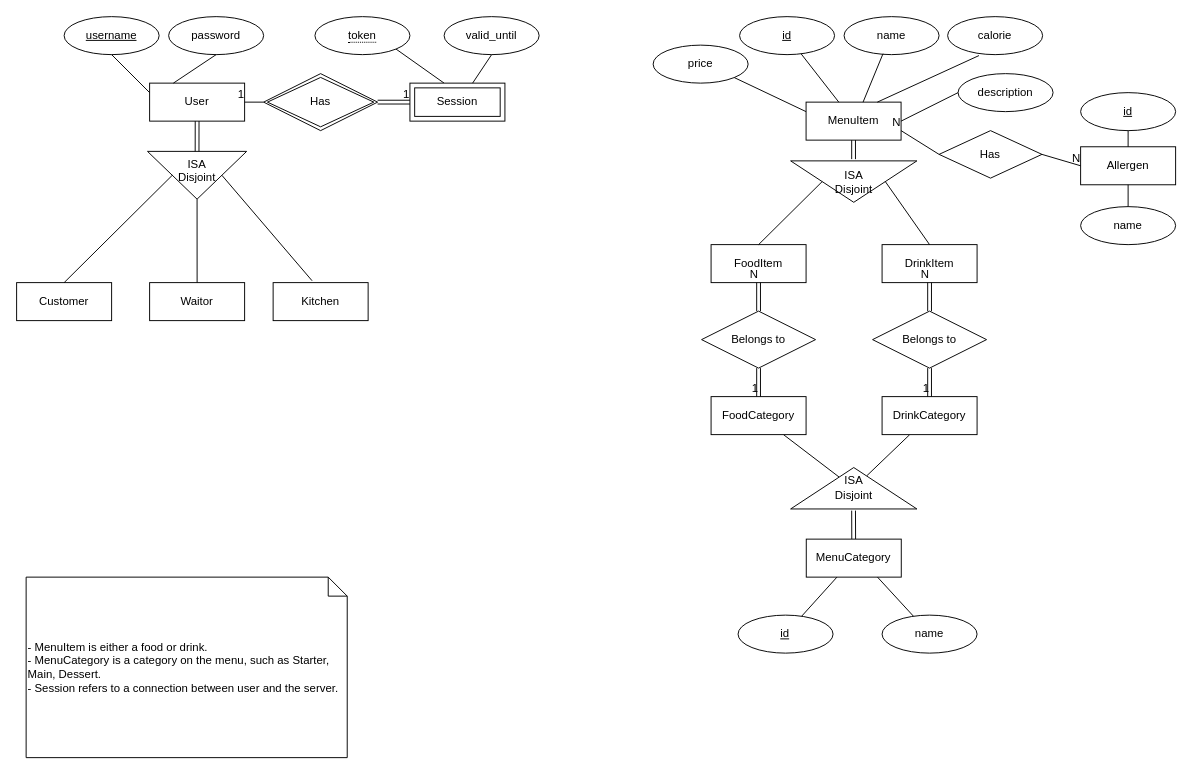
The draw.io diagram doc/backend/database-design/ER-diagram.drawio in Spencer-Georgiou/Uni-Y2-Team, before the edit. Source tidied: cells renumbered, new cells numbered last; positions are measured from the earlier drawing's top-left corner, leaving out a move shared by most shapes. Both pictures are drawn from the tidied source at 95%, with x=0, y=0 at pixel (16, 16).
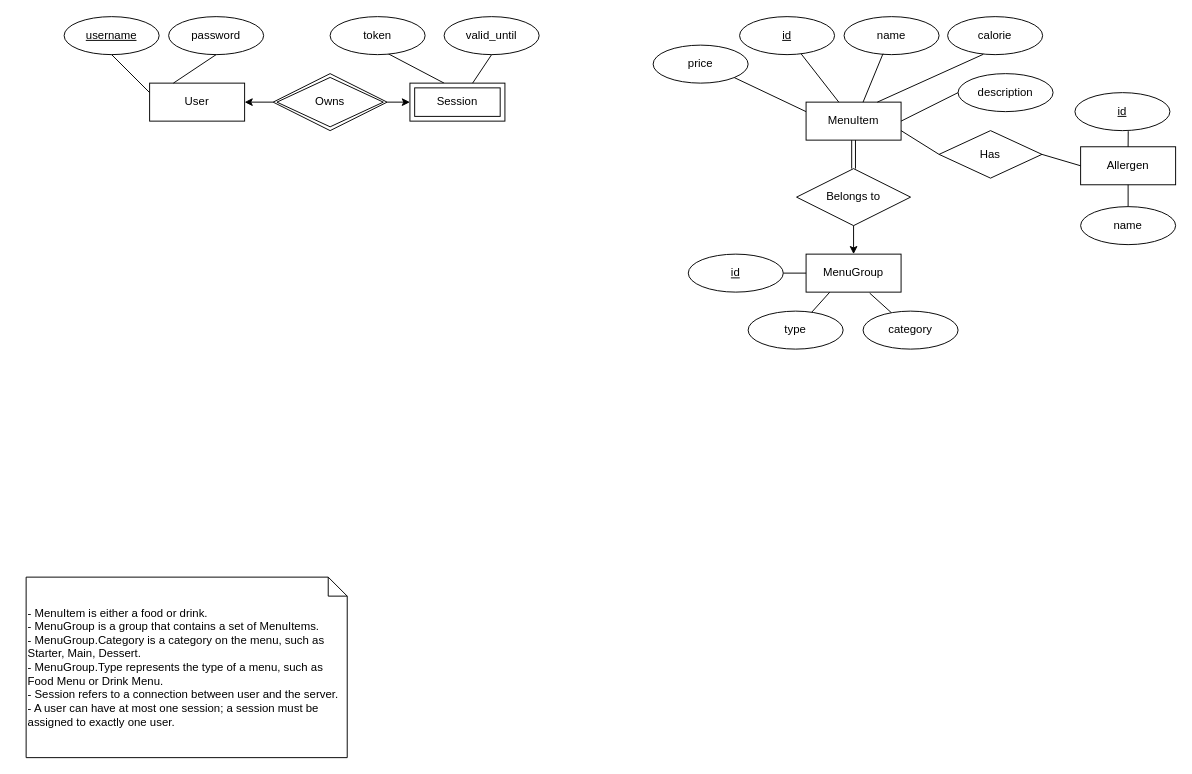
The same page after the edit.

Commit message (it also covers changes not shown here):
Draw relation shcemas based on the ER diagram. Create a database model for User entity.

Unchanged cells that the change refers to:
```xml
<mxCell id="2" value="User" style="whiteSpace=wrap;html=1;align=center;" parent="1" vertex="1">
  <mxGeometry x="140" y="70" width="100" height="40" as="geometry" />
</mxCell>
<mxCell id="16" value="Session" style="shape=ext;margin=3;double=1;whiteSpace=wrap;html=1;align=center;" parent="1" vertex="1">
  <mxGeometry x="414" y="70" width="100" height="40" as="geometry" />
</mxCell>
<mxCell id="25" value="calorie" style="ellipse;whiteSpace=wrap;html=1;align=center;" parent="1" vertex="1">
  <mxGeometry x="980" width="100" height="40" as="geometry" />
</mxCell>
<mxCell id="37" value="Allergen" style="whiteSpace=wrap;html=1;align=center;" parent="1" vertex="1">
  <mxGeometry x="1120" y="137" width="100" height="40" as="geometry" />
</mxCell>
<mxCell id="58" style="endArrow=none;html=1;rounded=0;entryX=1;entryY=0.75;entryDx=0;entryDy=0;exitX=0;exitY=0.5;exitDx=0;exitDy=0;" parent="1" edge="1" source="40" target="19">
  <mxGeometry relative="1" as="geometry" />
</mxCell>
<mxCell id="60" style="endArrow=none;html=1;rounded=0;entryX=0;entryY=0.5;entryDx=0;entryDy=0;exitX=1;exitY=0.5;exitDx=0;exitDy=0;" parent="1" edge="1" source="40" target="37">
  <mxGeometry relative="1" as="geometry" />
</mxCell>
```

The edit, as a diff of the source:
```diff
@@
-    <mxCell id="3" value="Customer" style="whiteSpace=wrap;html=1;align=center;" parent="1" vertex="1">
-      <mxGeometry y="280" width="100" height="40" as="geometry" />
-    </mxCell>
-    <mxCell id="4" value="Waitor" style="whiteSpace=wrap;html=1;align=center;" parent="1" vertex="1">
-      <mxGeometry x="140" y="280" width="100" height="40" as="geometry" />
-    </mxCell>
-    <mxCell id="5" value="Kitchen" style="whiteSpace=wrap;html=1;align=center;" parent="1" vertex="1">
-      <mxGeometry x="270" y="280" width="100" height="40" as="geometry" />
-    </mxCell>
-    <mxCell id="6" value="ISA&lt;br&gt;Disjoint" style="triangle;whiteSpace=wrap;html=1;rotation=90;align=center;verticalAlign=top;horizontal=0;" parent="1" vertex="1">
-      <mxGeometry x="164.8" y="114.8" width="50.3" height="104.4" as="geometry" />
-    </mxCell>
-    <mxCell id="7" style="endArrow=none;html=1;rounded=0;strokeColor=default;exitX=0.5;exitY=1;exitDx=0;exitDy=0;entryX=0;entryY=0.5;entryDx=0;entryDy=0;shape=link;" parent="1" edge="1" source="2" target="6">
-      <mxGeometry relative="1" as="geometry" />
-    </mxCell>
-    <mxCell id="8" style="endArrow=none;html=1;rounded=0;strokeColor=default;entryX=0.5;entryY=1;entryDx=0;entryDy=0;exitX=0.5;exitY=0;exitDx=0;exitDy=0;" parent="1" edge="1" source="3" target="6">
-      <mxGeometry relative="1" as="geometry" />
-    </mxCell>
-    <mxCell id="9" style="endArrow=none;html=1;rounded=0;strokeColor=default;exitX=1;exitY=0.5;exitDx=0;exitDy=0;" parent="1" edge="1" source="6" target="4">
-      <mxGeometry relative="1" as="geometry" />
-    </mxCell>
-    <mxCell id="10" style="endArrow=none;html=1;rounded=0;strokeColor=default;entryX=0.41;entryY=-0.05;entryDx=0;entryDy=0;entryPerimeter=0;exitX=0.5;exitY=0;exitDx=0;exitDy=0;" parent="1" edge="1" source="6" target="5">
-      <mxGeometry relative="1" as="geometry" />
-    </mxCell>
@@
-    <mxCell id="15" style="endArrow=none;html=1;rounded=0;strokeColor=default;entryX=0.5;entryY=0;entryDx=0;entryDy=0;exitX=1;exitY=1;exitDx=0;exitDy=0;" parent="1" edge="1" source="73">
+    <mxCell id="15" style="endArrow=none;html=1;rounded=0;strokeColor=default;entryX=0.5;entryY=0;entryDx=0;entryDy=0;exitX=0.61;exitY=0.975;exitDx=0;exitDy=0;exitPerimeter=0;" parent="1" edge="1" source="73">
       <mxGeometry relative="1" as="geometry">
         <mxPoint x="450" y="70" as="targetPoint" />
       </mxGeometry>
     </mxCell>
@@
-    <mxCell id="19" value="&lt;div style=&quot;text-align: start;&quot;&gt;MenuItem&lt;/div&gt;" style="whiteSpace=wrap;html=1;align=center;" parent="1" vertex="1">
+    <mxCell id="19" value="&lt;div style=&quot;text-align: start;&quot;&gt;MenuItem&lt;/div&gt;" style="whiteSpace=wrap;html=1;align=center;rounded=0;shadow=0;sketch=0;strokeColor=default;" parent="1" vertex="1">
       <mxGeometry x="831" y="90" width="100" height="40" as="geometry" />
     </mxCell>
@@
-    <mxCell id="27" style="endArrow=none;html=1;rounded=0;strokeColor=default;exitX=0.75;exitY=0;exitDx=0;exitDy=0;entryX=0.33;entryY=1.025;entryDx=0;entryDy=0;entryPerimeter=0;" parent="1" edge="1" source="19" target="25">
+    <mxCell id="27" style="endArrow=none;html=1;rounded=0;strokeColor=default;exitX=0.75;exitY=0;exitDx=0;exitDy=0;entryX=0.375;entryY=0.992;entryDx=0;entryDy=0;entryPerimeter=0;" parent="1" edge="1" source="19" target="25">
       <mxGeometry relative="1" as="geometry" />
     </mxCell>
-    <mxCell id="28" value="FoodItem" style="whiteSpace=wrap;html=1;align=center;" parent="1" vertex="1">
-      <mxGeometry x="731" y="240" width="100" height="40" as="geometry" />
-    </mxCell>
-    <mxCell id="29" value="ISA&lt;br&gt;Disjoint" style="triangle;whiteSpace=wrap;html=1;rotation=90;align=center;horizontal=0;" parent="1" vertex="1">
-      <mxGeometry x="859.4" y="107.2" width="43.6" height="132.9" as="geometry" />
-    </mxCell>
-    <mxCell id="30" style="endArrow=none;html=1;rounded=0;strokeColor=default;shape=link;" parent="1" edge="1" source="19">
-      <mxGeometry relative="1" as="geometry">
-        <mxPoint x="881" y="150" as="targetPoint" />
-      </mxGeometry>
-    </mxCell>
-    <mxCell id="31" value="DrinkItem" style="whiteSpace=wrap;html=1;align=center;" parent="1" vertex="1">
-      <mxGeometry x="911" y="240" width="100" height="40" as="geometry" />
-    </mxCell>
@@
-    <mxCell id="34" style="endArrow=none;html=1;rounded=0;strokeColor=default;entryX=0.5;entryY=1;entryDx=0;entryDy=0;exitX=0.5;exitY=0;exitDx=0;exitDy=0;" parent="1" edge="1" source="28" target="29">
-      <mxGeometry relative="1" as="geometry" />
-    </mxCell>
-    <mxCell id="35" style="endArrow=none;html=1;rounded=0;strokeColor=default;entryX=0.5;entryY=0;entryDx=0;entryDy=0;exitX=0.5;exitY=0;exitDx=0;exitDy=0;" parent="1" edge="1" source="29" target="31">
-      <mxGeometry relative="1" as="geometry" />
-    </mxCell>
+    <mxCell id="56" style="edgeStyle=none;html=1;endArrow=classic;endFill=1;startArrow=none;startFill=0;" parent="1" edge="1" source="36" target="2">
+      <mxGeometry relative="1" as="geometry" />
+    </mxCell>
-    <mxCell id="36" value="Has" style="shape=rhombus;double=1;perimeter=rhombusPerimeter;whiteSpace=wrap;html=1;align=center;" parent="1" vertex="1">
-      <mxGeometry x="260" y="60" width="120" height="60" as="geometry" />
+    <mxCell id="36" value="Owns" style="shape=rhombus;double=1;perimeter=rhombusPerimeter;whiteSpace=wrap;html=1;align=center;" parent="1" vertex="1">
+      <mxGeometry x="270" y="60" width="120" height="60" as="geometry" />
     </mxCell>
@@
-    <mxCell id="38" style="edgeStyle=none;rounded=1;html=1;exitX=0.5;exitY=1;exitDx=0;exitDy=0;strokeColor=default;endArrow=none;endFill=0;entryX=0.5;entryY=0;entryDx=0;entryDy=0;" parent="1" edge="1" source="39" target="37">
-      <mxGeometry relative="1" as="geometry" />
-    </mxCell>
-    <mxCell id="39" value="id" style="ellipse;whiteSpace=wrap;html=1;align=center;fontStyle=4;" parent="1" vertex="1">
-      <mxGeometry x="1120" y="80" width="100" height="40" as="geometry" />
-    </mxCell>
@@
-    <mxCell id="41" style="edgeStyle=none;rounded=1;html=1;strokeColor=default;endArrow=none;endFill=0;" parent="1" edge="1" source="42" target="47">
-      <mxGeometry relative="1" as="geometry" />
-    </mxCell>
-    <mxCell id="42" value="FoodCategory" style="whiteSpace=wrap;html=1;align=center;" parent="1" vertex="1">
-      <mxGeometry x="731" y="400" width="100" height="40" as="geometry" />
-    </mxCell>
     <mxCell id="43" value="Belongs to" style="shape=rhombus;perimeter=rhombusPerimeter;whiteSpace=wrap;html=1;align=center;" parent="1" vertex="1">
-      <mxGeometry x="721" y="310" width="120" height="60" as="geometry" />
+      <mxGeometry x="821" y="160" width="120" height="60" as="geometry" />
     </mxCell>
-    <mxCell id="44" value="Belongs to" style="shape=rhombus;perimeter=rhombusPerimeter;whiteSpace=wrap;html=1;align=center;" parent="1" vertex="1">
-      <mxGeometry x="901" y="310" width="120" height="60" as="geometry" />
-    </mxCell>
-    <mxCell id="45" style="edgeStyle=none;rounded=1;html=1;strokeColor=default;endArrow=none;endFill=0;" parent="1" edge="1" source="46" target="47">
-      <mxGeometry relative="1" as="geometry" />
-    </mxCell>
-    <mxCell id="46" value="DrinkCategory" style="whiteSpace=wrap;html=1;align=center;" parent="1" vertex="1">
-      <mxGeometry x="911" y="400" width="100" height="40" as="geometry" />
-    </mxCell>
-    <mxCell id="47" value="ISA&lt;br&gt;Disjoint" style="triangle;whiteSpace=wrap;html=1;rotation=90;align=center;horizontal=0;direction=west;" parent="1" vertex="1">
-      <mxGeometry x="859.4" y="430" width="43.6" height="132.9" as="geometry" />
-    </mxCell>
-    <mxCell id="48" style="edgeStyle=none;rounded=1;html=1;strokeColor=default;endArrow=none;endFill=0;shape=link;" parent="1" edge="1" source="49">
-      <mxGeometry relative="1" as="geometry">
-        <mxPoint x="881" y="520" as="targetPoint" />
-      </mxGeometry>
-    </mxCell>
-    <mxCell id="49" value="MenuCategory" style="whiteSpace=wrap;html=1;align=center;" parent="1" vertex="1">
-      <mxGeometry x="831.2" y="550" width="100" height="40" as="geometry" />
-    </mxCell>
-    <mxCell id="50" style="edgeStyle=none;rounded=1;html=1;entryX=0.323;entryY=1;entryDx=0;entryDy=0;entryPerimeter=0;strokeColor=default;endArrow=none;endFill=0;" parent="1" edge="1" source="51" target="49">
+    <mxCell id="50" style="edgeStyle=none;rounded=1;html=1;entryX=0.25;entryY=1;entryDx=0;entryDy=0;strokeColor=default;endArrow=none;endFill=0;" parent="1" edge="1" source="51" target="74">
       <mxGeometry relative="1" as="geometry" />
     </mxCell>
-    <mxCell id="51" value="id" style="ellipse;whiteSpace=wrap;html=1;align=center;fontStyle=4;" parent="1" vertex="1">
-      <mxGeometry x="759.4" y="630" width="100" height="40" as="geometry" />
+    <mxCell id="51" value="type" style="ellipse;whiteSpace=wrap;html=1;align=center;" parent="1" vertex="1">
+      <mxGeometry x="770" y="310" width="100" height="40" as="geometry" />
     </mxCell>
-    <mxCell id="52" style="edgeStyle=none;rounded=1;html=1;entryX=0.75;entryY=1;entryDx=0;entryDy=0;strokeColor=default;endArrow=none;endFill=0;" parent="1" edge="1" source="53" target="49">
+    <mxCell id="52" style="edgeStyle=none;rounded=1;html=1;entryX=0.669;entryY=1.025;entryDx=0;entryDy=0;strokeColor=default;endArrow=none;endFill=0;entryPerimeter=0;" parent="1" edge="1" source="53" target="74">
       <mxGeometry relative="1" as="geometry" />
     </mxCell>
-    <mxCell id="53" value="name" style="ellipse;whiteSpace=wrap;html=1;align=center;" parent="1" vertex="1">
-      <mxGeometry x="911" y="630" width="100" height="40" as="geometry" />
+    <mxCell id="53" value="&lt;span&gt;category&lt;/span&gt;" style="ellipse;whiteSpace=wrap;html=1;align=center;fontStyle=0;" parent="1" vertex="1">
+      <mxGeometry x="891" y="310" width="100" height="40" as="geometry" />
     </mxCell>
-    <mxCell id="54" style="endArrow=none;html=1;rounded=0;entryX=0;entryY=0.5;entryDx=0;entryDy=0;exitX=1;exitY=0.5;exitDx=0;exitDy=0;shape=link;" parent="1" edge="1" source="36" target="16">
-      <mxGeometry relative="1" as="geometry" />
+    <mxCell id="54" style="endArrow=classic;html=1;rounded=0;exitX=1;exitY=0.5;exitDx=0;exitDy=0;endFill=1;" parent="1" edge="1" source="36">
+      <mxGeometry relative="1" as="geometry">
+        <mxPoint x="414" y="90" as="targetPoint" />
+      </mxGeometry>
     </mxCell>
-    <mxCell id="55" value="1" style="html=1;align=right;verticalAlign=bottom;" parent="54" vertex="1">
-      <mxGeometry x="1" relative="1" as="geometry" />
-    </mxCell>
-    <mxCell id="56" style="endArrow=none;html=1;rounded=0;entryX=1;entryY=0.5;entryDx=0;entryDy=0;exitX=0;exitY=0.5;exitDx=0;exitDy=0;" parent="1" edge="1" source="36" target="2">
-      <mxGeometry relative="1" as="geometry" />
-    </mxCell>
-    <mxCell id="57" value="1" style="html=1;align=right;verticalAlign=bottom;" parent="56" vertex="1">
-      <mxGeometry x="1" relative="1" as="geometry" />
-    </mxCell>
@@
-    <mxCell id="59" value="N" style="html=1;align=right;verticalAlign=bottom;" parent="58" vertex="1">
-      <mxGeometry x="1" relative="1" as="geometry" />
-    </mxCell>
@@
-    <mxCell id="61" value="N" style="html=1;align=right;verticalAlign=bottom;" parent="60" vertex="1">
-      <mxGeometry x="1" relative="1" as="geometry" />
-    </mxCell>
-    <mxCell id="62" style="endArrow=none;html=1;rounded=0;entryX=0.5;entryY=0;entryDx=0;entryDy=0;exitX=0.5;exitY=1;exitDx=0;exitDy=0;shape=link;" parent="1" edge="1" source="43" target="42">
+    <mxCell id="62" style="endArrow=classic;html=1;rounded=0;exitX=0.5;exitY=1;exitDx=0;exitDy=0;entryX=0.5;entryY=0;entryDx=0;entryDy=0;endFill=1;" parent="1" edge="1" source="43" target="74">
       <mxGeometry relative="1" as="geometry" />
     </mxCell>
-    <mxCell id="63" value="1" style="html=1;align=right;verticalAlign=bottom;" parent="62" vertex="1">
-      <mxGeometry x="1" relative="1" as="geometry" />
-    </mxCell>
-    <mxCell id="64" style="endArrow=none;html=1;rounded=0;entryX=0.5;entryY=1;entryDx=0;entryDy=0;exitX=0.5;exitY=0;exitDx=0;exitDy=0;shape=link;" parent="1" edge="1" source="43" target="28">
-      <mxGeometry relative="1" as="geometry" />
+    <mxCell id="64" style="endArrow=none;html=1;rounded=0;entryX=0.5;entryY=1;entryDx=0;entryDy=0;exitX=0.5;exitY=0;exitDx=0;exitDy=0;shape=link;" parent="1" edge="1" source="43">
+      <mxGeometry relative="1" as="geometry">
+        <mxPoint x="881" y="130" as="targetPoint" />
+      </mxGeometry>
     </mxCell>
-    <mxCell id="65" value="N" style="html=1;align=right;verticalAlign=bottom;" parent="64" vertex="1">
-      <mxGeometry x="1" relative="1" as="geometry" />
-    </mxCell>
-    <mxCell id="66" style="endArrow=none;html=1;rounded=0;entryX=0.5;entryY=1;entryDx=0;entryDy=0;exitX=0.5;exitY=0;exitDx=0;exitDy=0;shape=link;" parent="1" edge="1" source="44" target="31">
-      <mxGeometry relative="1" as="geometry" />
-    </mxCell>
-    <mxCell id="67" value="N" style="html=1;align=right;verticalAlign=bottom;" parent="66" vertex="1">
-      <mxGeometry x="1" relative="1" as="geometry" />
-    </mxCell>
-    <mxCell id="68" style="endArrow=none;html=1;rounded=0;entryX=0.5;entryY=0;entryDx=0;entryDy=0;exitX=0.5;exitY=1;exitDx=0;exitDy=0;shape=link;" parent="1" edge="1" source="44" target="46">
-      <mxGeometry relative="1" as="geometry" />
-    </mxCell>
-    <mxCell id="69" value="1" style="html=1;align=right;verticalAlign=bottom;" parent="68" vertex="1">
-      <mxGeometry x="1" relative="1" as="geometry" />
-    </mxCell>
-    <mxCell id="70" value="name" style="ellipse;whiteSpace=wrap;html=1;align=center;" parent="1" vertex="1">
-      <mxGeometry x="1120" y="200" width="100" height="40" as="geometry" />
+    <mxCell id="70" value="id" style="ellipse;whiteSpace=wrap;html=1;align=center;fontStyle=4;" parent="1" vertex="1">
+      <mxGeometry x="1114" y="80" width="100" height="40" as="geometry" />
     </mxCell>
-    <mxCell id="71" style="endArrow=none;html=1;rounded=0;exitX=0.5;exitY=0;exitDx=0;exitDy=0;entryX=0.5;entryY=1;entryDx=0;entryDy=0;" parent="1" edge="1" source="70" target="37">
+    <mxCell id="71" style="endArrow=none;html=1;rounded=0;entryX=0.5;entryY=0;entryDx=0;entryDy=0;exitX=0.561;exitY=1.014;exitDx=0;exitDy=0;exitPerimeter=0;" parent="1" edge="1" source="70" target="37">
       <mxGeometry relative="1" as="geometry" />
     </mxCell>
-    <mxCell id="72" value="- MenuItem is either a food or drink.&lt;br&gt;- MenuCategory is a category on the menu, such as Starter, Main, Dessert.&lt;br&gt;- Session refers to a connection between user and the server." style="shape=note;size=20;whiteSpace=wrap;html=1;align=left;" parent="1" vertex="1">
+    <mxCell id="72" value="- MenuItem is either a food or drink.&lt;br&gt;- MenuGroup is a group that contains a set of MenuItems.&lt;br&gt;- MenuGroup.Category is a category on the menu, such as Starter, Main, Dessert.&lt;br&gt;- MenuGroup.Type represents the type of a menu, such as Food Menu or Drink Menu.&lt;br&gt;- Session refers to a connection between user and the server.&lt;br&gt;- A user can have at most one session; a session must be assigned to exactly one user." style="shape=note;size=20;whiteSpace=wrap;html=1;align=left;" parent="1" vertex="1">
       <mxGeometry x="10" y="590" width="338" height="190" as="geometry" />
     </mxCell>
+    <mxCell id="74" value="MenuGroup" style="whiteSpace=wrap;html=1;align=center;rounded=0;shadow=0;sketch=0;strokeColor=default;" parent="1" vertex="1">
+      <mxGeometry x="831" y="250" width="100" height="40" as="geometry" />
+    </mxCell>
+    <mxCell id="75" style="edgeStyle=none;html=1;endArrow=none;endFill=0;" parent="1" edge="1" source="39" target="74">
+      <mxGeometry relative="1" as="geometry" />
+    </mxCell>
+    <mxCell id="39" value="id" style="ellipse;whiteSpace=wrap;html=1;align=center;fontStyle=4;" parent="1" vertex="1">
+      <mxGeometry x="707" y="250" width="100" height="40" as="geometry" />
+    </mxCell>
+    <mxCell id="76" style="edgeStyle=none;html=1;endArrow=none;endFill=0;" parent="1" edge="1" source="77" target="37">
+      <mxGeometry relative="1" as="geometry" />
+    </mxCell>
+    <mxCell id="77" value="name" style="ellipse;whiteSpace=wrap;html=1;align=center;" parent="1" vertex="1">
+      <mxGeometry x="1120" y="200" width="100" height="40" as="geometry" />
+    </mxCell>
-    <mxCell id="73" value="&lt;span style=&quot;border-bottom: 1px dotted&quot;&gt;token&lt;/span&gt;" style="ellipse;whiteSpace=wrap;html=1;align=center;" parent="1" vertex="1">
-      <mxGeometry x="314" width="100" height="40" as="geometry" />
+    <mxCell id="73" value="token" style="ellipse;whiteSpace=wrap;html=1;align=center;" parent="1" vertex="1">
+      <mxGeometry x="330" width="100" height="40" as="geometry" />
     </mxCell>
```
